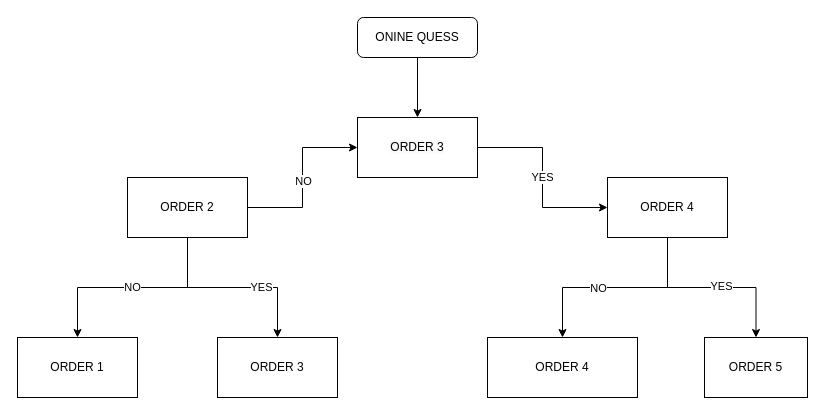
The draw.io diagram Untitled Diagram.drawio in Ashil123/superchat, before the edit. Source tidied: cells renumbered, new cells numbered last; positions are measured from the earlier drawing's top-left corner, leaving out a move shared by most shapes. Both pictures are drawn from the tidied source at 100%, with x=0, y=0 at pixel (17, 17).
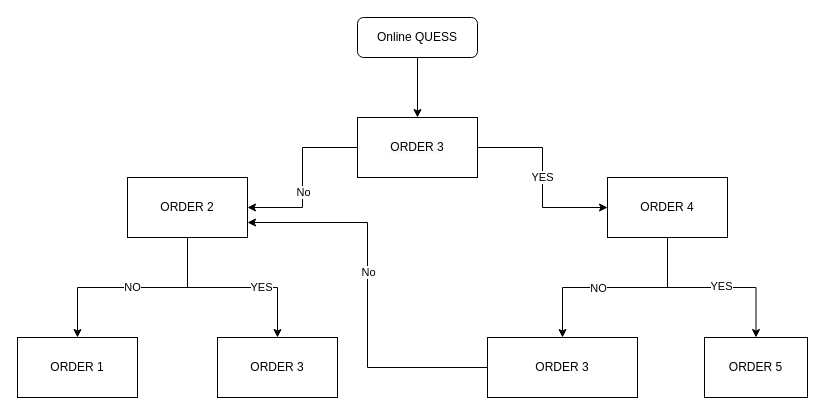
The same diagram, later.

Unchanged cells that the change refers to:
```xml
<mxCell id="7" value="ORDER 2" style="rounded=0;whiteSpace=wrap;html=1;" parent="1" vertex="1">
  <mxGeometry x="110" y="160" width="120" height="60" as="geometry" />
</mxCell>
<mxCell id="9" value="&lt;span style=&quot;color: rgb(0, 0, 0); font-family: Helvetica; font-size: 12px; font-style: normal; font-variant-ligatures: normal; font-variant-caps: normal; font-weight: 400; letter-spacing: normal; orphans: 2; text-align: center; text-indent: 0px; text-transform: none; widows: 2; word-spacing: 0px; -webkit-text-stroke-width: 0px; background-color: rgb(251, 251, 251); text-decoration-thickness: initial; text-decoration-style: initial; text-decoration-color: initial; float: none; display: inline !important;&quot;&gt;ORDER 3&lt;/span&gt;" style="whiteSpace=wrap;html=1;" parent="1" vertex="1">
  <mxGeometry x="340" y="100" width="120" height="60" as="geometry" />
</mxCell>
```

The edit, as a diff of the source:
```diff
@@
-    <mxCell id="2" style="edgeStyle=orthogonalEdgeStyle;rounded=0;jettySize=auto;html=1;" parent="1" edge="1" source="7" target="9">
-      <mxGeometry relative="1" as="geometry" />
-    </mxCell>
-    <mxCell id="3" value="NO" style="edgeLabel;html=1;align=center;verticalAlign=middle;" parent="2" vertex="1">
-      <mxGeometry x="-0.04" relative="1" as="geometry" />
-    </mxCell>
@@
+    <mxCell id="21" style="edgeStyle=orthogonalEdgeStyle;rounded=0;jettySize=auto;html=1;entryX=1;entryY=0.5;entryDx=0;entryDy=0;" parent="1" edge="1" source="9" target="7">
+      <mxGeometry relative="1" as="geometry" />
+    </mxCell>
+    <mxCell id="22" value="No" style="edgeLabel;html=1;align=center;verticalAlign=middle;" parent="21" vertex="1">
+      <mxGeometry x="0.16" relative="1" as="geometry" />
+    </mxCell>
@@
-    <mxCell id="18" value="ONINE QUESS" style="rounded=1;whiteSpace=wrap;html=1;" parent="1" vertex="1">
+    <mxCell id="18" value="Online QUESS" style="rounded=1;whiteSpace=wrap;html=1;" parent="1" vertex="1">
       <mxGeometry x="340" width="120" height="40" as="geometry" />
     </mxCell>
+    <mxCell id="23" style="edgeStyle=orthogonalEdgeStyle;rounded=0;jettySize=auto;html=1;entryX=1;entryY=0.75;entryDx=0;entryDy=0;" parent="1" edge="1" source="19" target="7">
+      <mxGeometry relative="1" as="geometry" />
+    </mxCell>
+    <mxCell id="24" value="No" style="edgeLabel;html=1;align=center;verticalAlign=middle;" parent="23" vertex="1">
+      <mxGeometry x="0.12" relative="1" as="geometry" />
+    </mxCell>
-    <mxCell id="19" value="ORDER 4" style="rounded=0;whiteSpace=wrap;html=1;" parent="1" vertex="1">
+    <mxCell id="19" value="ORDER 3" style="rounded=0;whiteSpace=wrap;html=1;" parent="1" vertex="1">
       <mxGeometry x="470" y="320" width="150" height="60" as="geometry" />
     </mxCell>
```
